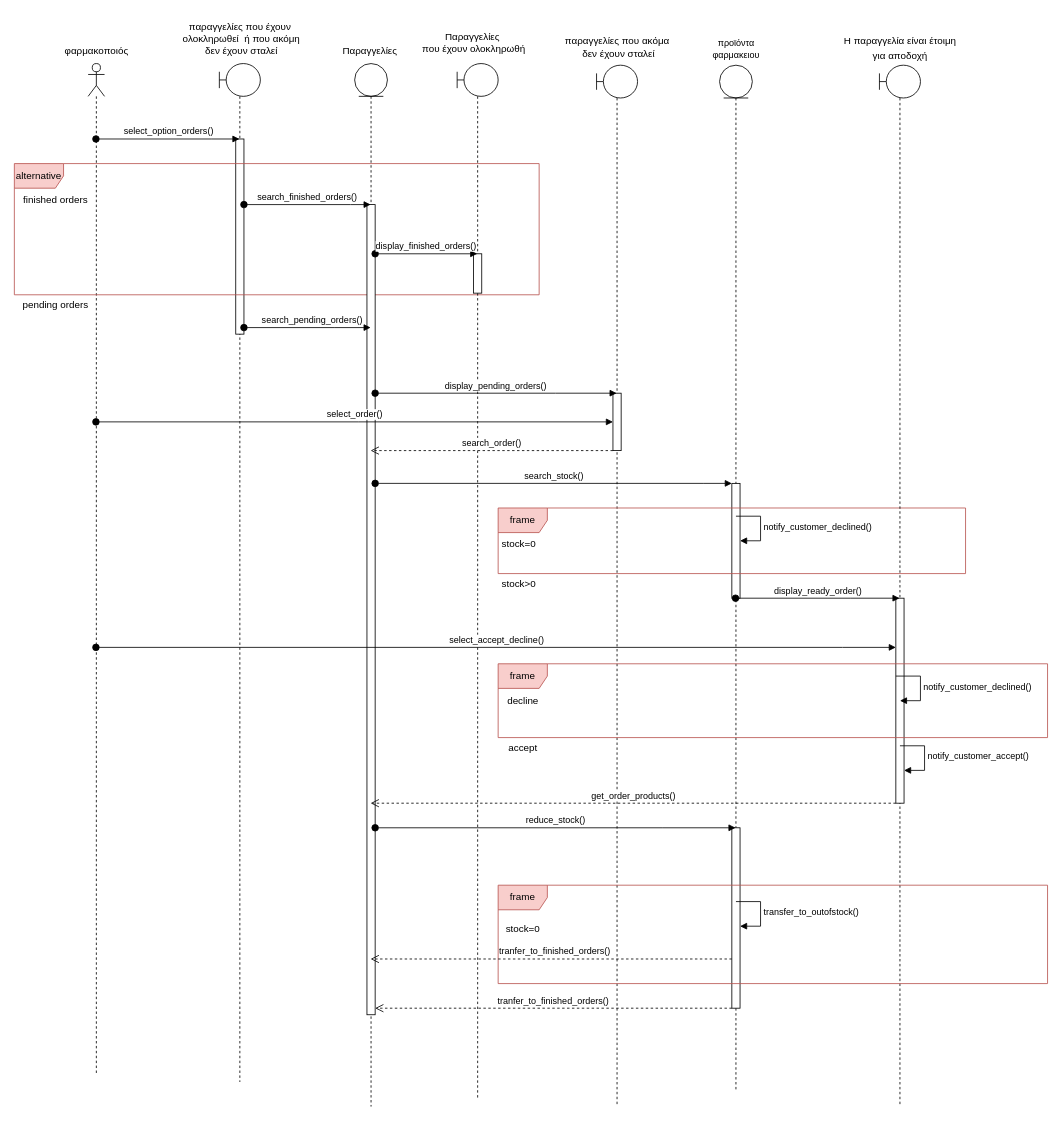
This is Παραδοτέο_4/sequence/sequence_6.drawio from Galenus-Pharmacy/GalenusPharmacies, a draw.io file, before an edit. Source tidied: cells renumbered, new cells numbered last; positions are measured from the earlier drawing's top-left corner, leaving out a move shared by most shapes. Both pictures are drawn from the tidied source at 82%, with x=0, y=0 at pixel (14, 14).
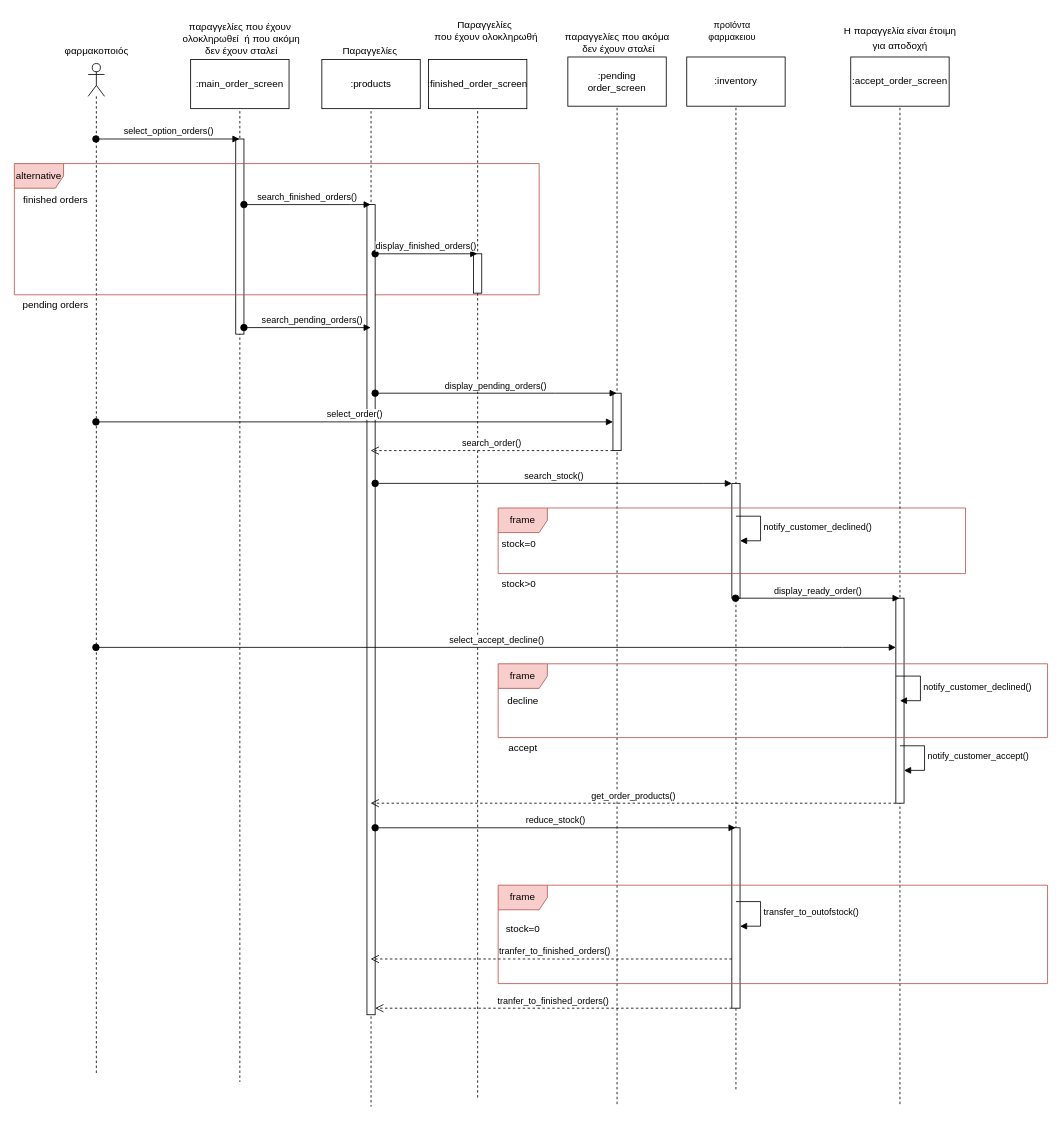
The same page after the edit.

Diff of the diagram source:
```diff
@@
     <mxCell id="16" value="Παραγγελίες&amp;nbsp;&lt;br&gt;που έχουν ολοκληρωθή" style="text;html=1;align=center;verticalAlign=middle;strokeColor=none;fillColor=none;" parent="1" vertex="1">
-      <mxGeometry x="485" y="15" width="150" height="40" as="geometry" />
+      <mxGeometry x="500" width="150" height="40" as="geometry" />
     </mxCell>
@@
     <mxCell id="22" value="παραγγελίες που ακόμα&lt;br&gt;&amp;nbsp;δεν έχουν σταλεί" style="text;html=1;align=center;verticalAlign=middle;strokeColor=none;fillColor=none;" parent="1" vertex="1">
-      <mxGeometry x="660" y="20" width="150" height="40" as="geometry" />
+      <mxGeometry x="660" y="15" width="150" height="40" as="geometry" />
     </mxCell>
@@
     <mxCell id="28" value="&lt;font style=&quot;font-size: 11px;&quot;&gt;προϊόντα&lt;br style=&quot;border-color: var(--border-color); background-color: rgb(255, 255, 255);&quot;&gt;&lt;span style=&quot;background-color: rgb(255, 255, 255);&quot;&gt;φαρμακειου&lt;/span&gt;&lt;/font&gt;" style="text;html=1;align=center;verticalAlign=middle;strokeColor=none;fillColor=none;" parent="1" vertex="1">
-      <mxGeometry x="840" y="22" width="80" height="40" as="geometry" />
+      <mxGeometry x="835" width="80" height="40" as="geometry" />
     </mxCell>
@@
     <mxCell id="37" value="&lt;font style=&quot;font-size: 12px;&quot;&gt;H&lt;span style=&quot;border-color: var(--border-color); background-color: rgb(255, 255, 255); line-height: 17.12px; font-family: Arial, sans-serif;&quot;&gt;&amp;nbsp;παραγγελία είναι έτοιμη&lt;br style=&quot;border-color: var(--border-color);&quot;&gt;για αποδοχή&lt;/span&gt;&lt;/font&gt;" style="text;html=1;align=center;verticalAlign=middle;strokeColor=none;fillColor=none;" parent="1" vertex="1">
-      <mxGeometry x="1000" y="17" width="160" height="50" as="geometry" />
+      <mxGeometry x="1000" y="5" width="160" height="50" as="geometry" />
     </mxCell>
@@
+    <mxCell id="52" value=":main_order_screen" style="whiteSpace=wrap;html=1;" parent="1" vertex="1">
+      <mxGeometry x="215" y="55" width="120" height="60" as="geometry" />
+    </mxCell>
+    <mxCell id="53" value=":products" style="whiteSpace=wrap;html=1;" parent="1" vertex="1">
+      <mxGeometry x="375" y="55" width="120" height="60" as="geometry" />
+    </mxCell>
+    <mxCell id="54" value=":finished_order_screen" style="whiteSpace=wrap;html=1;" parent="1" vertex="1">
+      <mxGeometry x="505" y="55" width="120" height="60" as="geometry" />
+    </mxCell>
+    <mxCell id="55" value=":pending order_screen" style="whiteSpace=wrap;html=1;" parent="1" vertex="1">
+      <mxGeometry x="675" y="52" width="120" height="60" as="geometry" />
+    </mxCell>
+    <mxCell id="56" value=":inventory" style="whiteSpace=wrap;html=1;" parent="1" vertex="1">
+      <mxGeometry x="820" y="52" width="120" height="60" as="geometry" />
+    </mxCell>
+    <mxCell id="57" value=":accept_order_screen" style="whiteSpace=wrap;html=1;" parent="1" vertex="1">
+      <mxGeometry x="1020" y="52" width="120" height="60" as="geometry" />
+    </mxCell>
```
